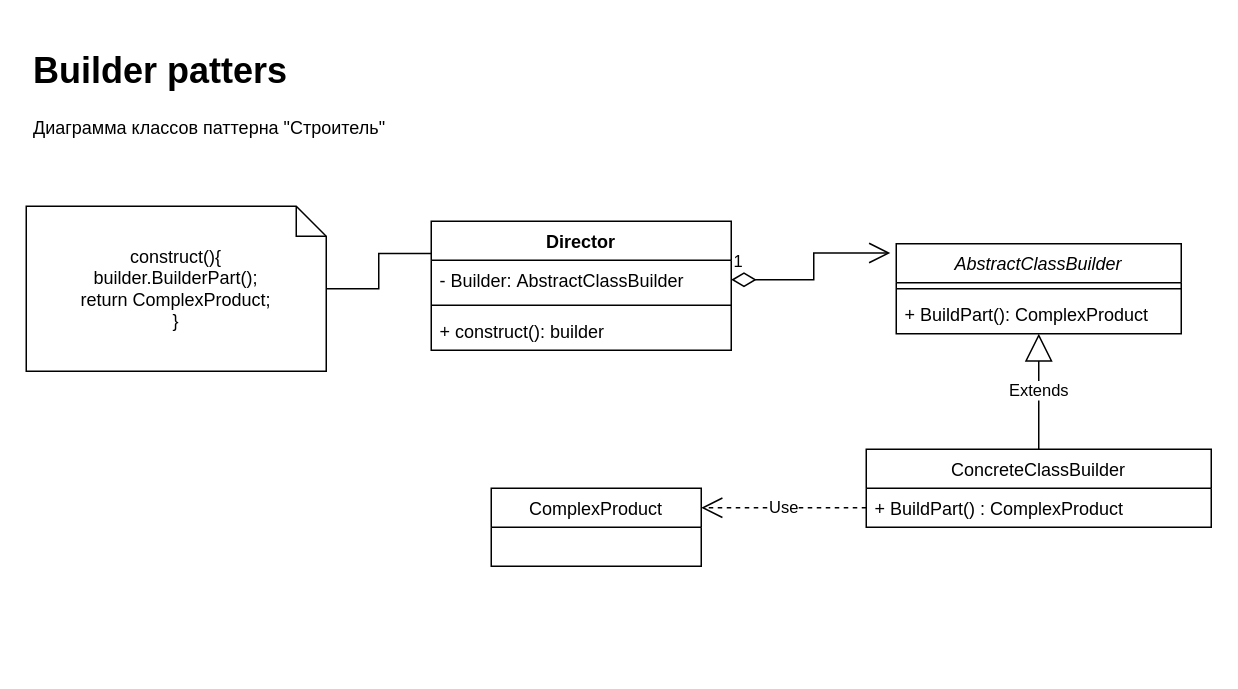
Chesnokov-Mikhail/Software_architecture keeps this draw.io diagram as seminar2/BuilderDesignPattern.drawio. Above is the earlier version. Source tidied: cells renumbered, new cells numbered last; positions are measured from the earlier drawing's top-left corner, leaving out a move shared by most shapes. Both pictures are drawn from the tidied source at 150%, with x=0, y=0 at pixel (26, 40).
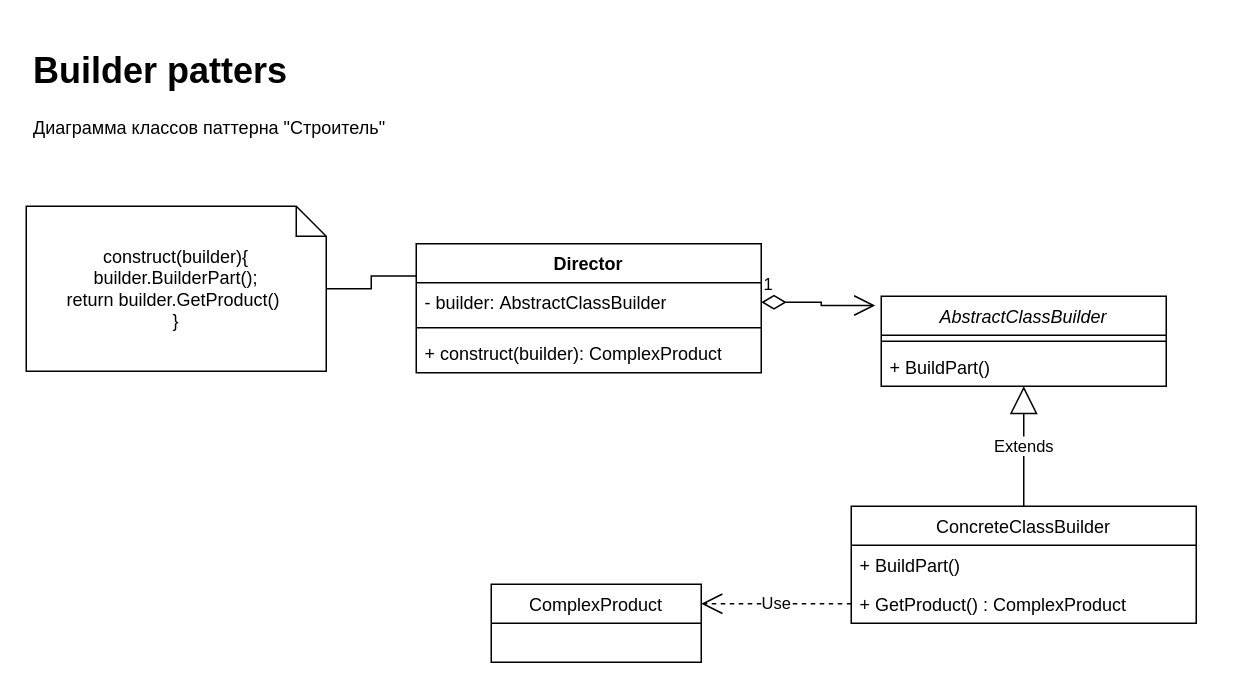
The same diagram, later.

Diff of the diagram source:
```diff
@@
 <mxGraphModel>
   <root>
     <mxCell id="0" />
     <mxCell id="1" parent="0" />
     <mxCell id="2" value="AbstractClassBuilder" style="swimlane;fontStyle=2;align=center;verticalAlign=top;horizontal=1;startSize=26;rounded=0;shadow=0;strokeWidth=1;" parent="1" vertex="1">
-      <mxGeometry x="580" y="135" width="190" height="60" as="geometry" />
+      <mxGeometry x="570" y="170" width="190" height="60" as="geometry" />
     </mxCell>
     <mxCell id="3" style="line;html=1;strokeWidth=1;align=left;verticalAlign=middle;spacingTop=-1;spacingLeft=3;spacingRight=3;labelPosition=right;" parent="2" vertex="1">
       <mxGeometry y="26" width="190" height="8" as="geometry" />
     </mxCell>
-    <mxCell id="4" value="+ BuildPart(): ComplexProduct" style="text;align=left;verticalAlign=top;spacingLeft=4;spacingRight=4;overflow=hidden;" parent="2" vertex="1">
+    <mxCell id="4" value="+ BuildPart()" style="text;align=left;verticalAlign=top;spacingLeft=4;spacingRight=4;overflow=hidden;" parent="2" vertex="1">
       <mxGeometry y="34" width="190" height="26" as="geometry" />
     </mxCell>
     <mxCell id="5" value="&lt;h1&gt;Builder patters&lt;/h1&gt;&lt;p&gt;Диаграмма классов паттерна &quot;Строитель&quot;&lt;/p&gt;" style="text;html=1;strokeColor=none;fillColor=none;spacing=5;spacingTop=-20;whiteSpace=wrap;overflow=hidden;rounded=0;" parent="1" vertex="1">
       <mxGeometry width="300" height="80" as="geometry" />
     </mxCell>
     <mxCell id="6" value="ComplexProduct" style="swimlane;fontStyle=0;horizontal=1;startSize=26;fillColor=none;" parent="1" vertex="1">
-      <mxGeometry x="310" y="298" width="140" height="52" as="geometry" />
+      <mxGeometry x="310" y="362" width="140" height="52" as="geometry" />
     </mxCell>
     <mxCell id="7" value="ConcreteClassBuilder" style="swimlane;fontStyle=0;horizontal=1;startSize=26;fillColor=none;" parent="1" vertex="1">
-      <mxGeometry x="560" y="272" width="230" height="52" as="geometry" />
+      <mxGeometry x="550" y="310" width="230" height="78" as="geometry" />
     </mxCell>
-    <mxCell id="8" value="+ BuildPart() : ComplexProduct" style="text;strokeColor=none;fillColor=none;align=left;verticalAlign=top;spacingLeft=4;spacingRight=4;overflow=hidden;points=[[0,0.5],[1,0.5]];portConstraint=eastwest;" parent="7" vertex="1">
+    <mxCell id="8" value="+ BuildPart()" style="text;strokeColor=none;fillColor=none;align=left;verticalAlign=top;spacingLeft=4;spacingRight=4;overflow=hidden;points=[[0,0.5],[1,0.5]];portConstraint=eastwest;" parent="7" vertex="1">
       <mxGeometry y="26" width="230" height="26" as="geometry" />
     </mxCell>
+    <mxCell id="18" value="+ GetProduct() : ComplexProduct" style="text;strokeColor=none;fillColor=none;align=left;verticalAlign=top;spacingLeft=4;spacingRight=4;overflow=hidden;points=[[0,0.5],[1,0.5]];portConstraint=eastwest;" parent="7" vertex="1">
+      <mxGeometry y="52" width="230" height="26" as="geometry" />
+    </mxCell>
     <mxCell id="9" style="edgeStyle=orthogonalEdgeStyle;rounded=0;jettySize=auto;html=1;entryX=0;entryY=0.25;entryDx=0;entryDy=0;endArrow=none;endFill=0;" parent="1" edge="1" source="10" target="13">
       <mxGeometry relative="1" as="geometry" />
     </mxCell>
-    <mxCell id="10" value="construct(){&lt;br style=&quot;border-color: var(--border-color);&quot;&gt;builder.BuilderPart();&lt;br style=&quot;border-color: var(--border-color);&quot;&gt;return ComplexProduct;&lt;br style=&quot;border-color: var(--border-color);&quot;&gt;}" style="shape=note;size=20;whiteSpace=wrap;html=1;" parent="1" vertex="1">
+    <mxCell id="10" value="construct(builder){&lt;br style=&quot;border-color: var(--border-color);&quot;&gt;builder.BuilderPart();&lt;br style=&quot;border-color: var(--border-color);&quot;&gt;return builder.GetProduct()&amp;nbsp;&lt;br style=&quot;border-color: var(--border-color);&quot;&gt;}" style="shape=note;size=20;whiteSpace=wrap;html=1;" parent="1" vertex="1">
       <mxGeometry y="110" width="200" height="110" as="geometry" />
     </mxCell>
     <mxCell id="11" value="Extends" style="endArrow=block;endSize=16;endFill=0;html=1;rounded=0;exitX=0.5;exitY=0;exitDx=0;exitDy=0;entryX=0.5;entryY=1;entryDx=0;entryDy=0;" parent="1" edge="1" source="7" target="2">
       <mxGeometry relative="1" as="geometry" />
     </mxCell>
-    <mxCell id="12" value="Use" style="endArrow=open;endSize=12;dashed=1;html=1;rounded=0;entryX=1;entryY=0.25;entryDx=0;entryDy=0;exitX=0;exitY=0.5;exitDx=0;exitDy=0;" parent="1" edge="1" source="8" target="6">
+    <mxCell id="12" value="Use" style="endArrow=open;endSize=12;dashed=1;html=1;rounded=0;entryX=1;entryY=0.25;entryDx=0;entryDy=0;exitX=0;exitY=0.5;exitDx=0;exitDy=0;" parent="1" edge="1" source="18" target="6">
       <mxGeometry relative="1" as="geometry" />
     </mxCell>
     <mxCell id="13" value="Director" style="swimlane;fontStyle=1;align=center;verticalAlign=top;horizontal=1;startSize=26;whiteSpace=wrap;html=1;" parent="1" vertex="1">
-      <mxGeometry x="270" y="120" width="200" height="86" as="geometry" />
+      <mxGeometry x="260" y="135" width="230" height="86" as="geometry" />
     </mxCell>
-    <mxCell id="14" value="- Builder:&amp;nbsp;AbstractClassBuilder" style="text;strokeColor=none;fillColor=none;align=left;verticalAlign=top;spacingLeft=4;spacingRight=4;overflow=hidden;points=[[0,0.5],[1,0.5]];portConstraint=eastwest;whiteSpace=wrap;html=1;" parent="13" vertex="1">
-      <mxGeometry y="26" width="200" height="26" as="geometry" />
+    <mxCell id="14" value="- builder:&amp;nbsp;AbstractClassBuilder" style="text;strokeColor=none;fillColor=none;align=left;verticalAlign=top;spacingLeft=4;spacingRight=4;overflow=hidden;points=[[0,0.5],[1,0.5]];portConstraint=eastwest;whiteSpace=wrap;html=1;" parent="13" vertex="1">
+      <mxGeometry y="26" width="230" height="26" as="geometry" />
     </mxCell>
     <mxCell id="15" style="line;strokeWidth=1;fillColor=none;align=left;verticalAlign=middle;spacingTop=-1;spacingLeft=3;spacingRight=3;labelPosition=right;strokeColor=inherit;" parent="13" vertex="1">
-      <mxGeometry y="52" width="200" height="8" as="geometry" />
+      <mxGeometry y="52" width="230" height="8" as="geometry" />
     </mxCell>
-    <mxCell id="16" value="+ construct(): builder" style="text;strokeColor=none;fillColor=none;align=left;verticalAlign=top;spacingLeft=4;spacingRight=4;overflow=hidden;whiteSpace=wrap;html=1;" parent="13" vertex="1">
-      <mxGeometry y="60" width="200" height="26" as="geometry" />
+    <mxCell id="16" value="+ construct(builder): ComplexProduct" style="text;strokeColor=none;fillColor=none;align=left;verticalAlign=top;spacingLeft=4;spacingRight=4;overflow=hidden;whiteSpace=wrap;html=1;" parent="13" vertex="1">
+      <mxGeometry y="60" width="230" height="26" as="geometry" />
     </mxCell>
     <mxCell id="17" value="1" style="endArrow=open;html=1;endSize=12;startArrow=diamondThin;startSize=14;startFill=0;edgeStyle=orthogonalEdgeStyle;align=left;verticalAlign=bottom;rounded=0;exitX=1;exitY=0.5;exitDx=0;exitDy=0;entryX=-0.021;entryY=0.103;entryDx=0;entryDy=0;entryPerimeter=0;" parent="1" edge="1" source="14" target="2">
       <mxGeometry x="-1" y="3" relative="1" as="geometry" />
     </mxCell>
   </root>
 </mxGraphModel>
```
